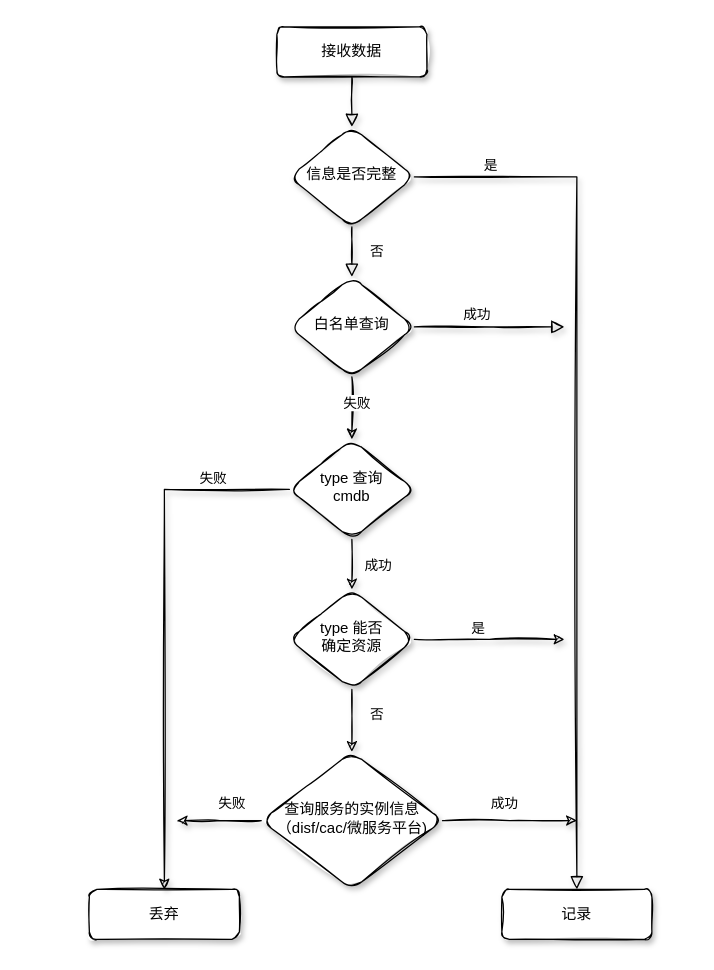
Before: page "数据填充" (2 of 3) of app-prober.drawio in yubo/draw, a draw.io diagram. Source tidied: cells renumbered, new cells numbered last; positions are measured from the earlier drawing's top-left corner, leaving out a move shared by most shapes. Both pictures are drawn from the tidied source at 125%, with x=0, y=0 at pixel (89, 26).
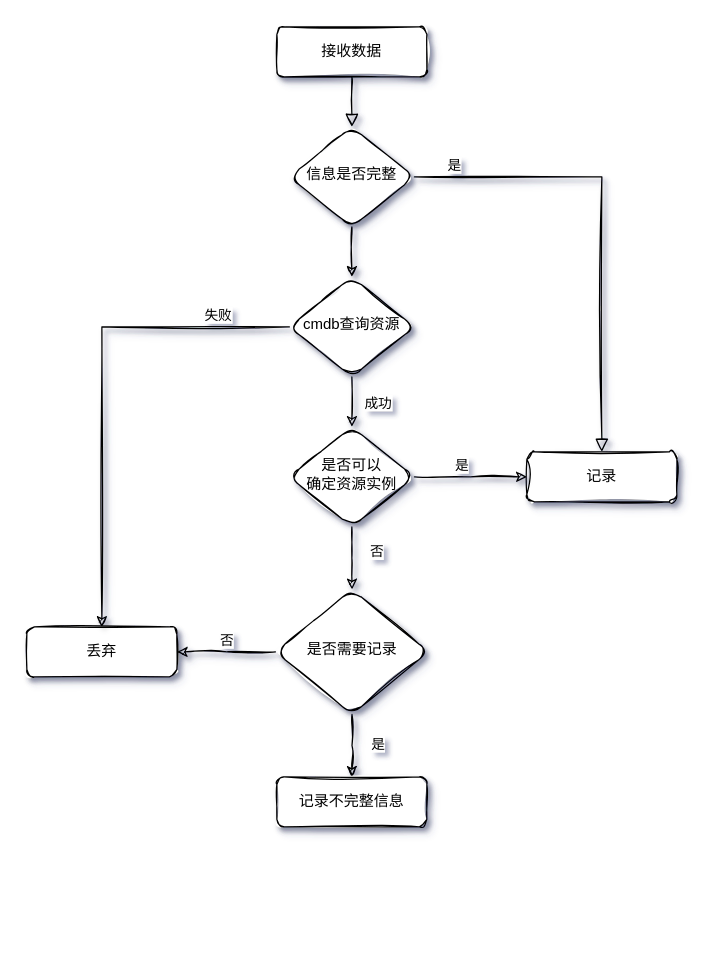
The same diagram, later.

Unchanged cells that the change refers to:
```xml
<mxCell id="7" value="信息是否完整" style="rhombus;whiteSpace=wrap;html=1;shadow=1;fontFamily=Helvetica;fontSize=12;align=center;strokeWidth=1;spacing=6;spacingTop=-4;sketch=1;rounded=1;" parent="1" vertex="1">
  <mxGeometry x="160" y="80" width="100" height="80" as="geometry" />
</mxCell>
```

The edit, as a diff of the source:
```diff
@@
-<mxGraphModel>
+<mxGraphModel shadow="1">
@@
-    <mxCell id="4" value="否" style="rounded=0;html=1;jettySize=auto;fontSize=11;endArrow=block;endFill=0;endSize=8;strokeWidth=1;shadow=1;labelBackgroundColor=none;edgeStyle=orthogonalEdgeStyle;sketch=1;" parent="1" edge="1" source="7" target="12">
-      <mxGeometry y="20" relative="1" as="geometry" />
-    </mxCell>
@@
+    <mxCell id="28" style="edgeStyle=orthogonalEdgeStyle;rounded=0;jettySize=auto;html=1;entryX=0.5;entryY=0;entryDx=0;entryDy=0;sketch=1;curveFitting=1;jiggle=2;shadow=1;" parent="1" edge="1" source="7" target="18">
+      <mxGeometry relative="1" as="geometry" />
+    </mxCell>
@@
-    <mxCell id="8" value="记录" style="rounded=1;whiteSpace=wrap;html=1;fontSize=12;glass=0;strokeWidth=1;shadow=1;sketch=1;" parent="1" vertex="1">
-      <mxGeometry x="330" y="690" width="120" height="40" as="geometry" />
+    <mxCell id="8" value="记录" style="rounded=1;whiteSpace=wrap;html=1;fontSize=12;glass=0;strokeWidth=1;shadow=1;sketch=1;curveFitting=1;jiggle=2;" parent="1" vertex="1">
+      <mxGeometry x="350" y="340" width="120" height="40" as="geometry" />
     </mxCell>
-    <mxCell id="9" value="成功" style="edgeStyle=orthogonalEdgeStyle;rounded=0;html=1;jettySize=auto;fontSize=11;endArrow=block;endFill=0;endSize=8;strokeWidth=1;shadow=1;labelBackgroundColor=none;sketch=1;" parent="1" edge="1" source="12">
-      <mxGeometry x="-0.17" y="10" relative="1" as="geometry">
-        <mxPoint x="380" y="240" as="targetPoint" />
-      </mxGeometry>
-    </mxCell>
-    <mxCell id="10" style="edgeStyle=orthogonalEdgeStyle;rounded=0;sketch=1;jettySize=auto;html=1;entryX=0.5;entryY=0;entryDx=0;entryDy=0;shadow=1;" parent="1" edge="1" source="12" target="18">
-      <mxGeometry relative="1" as="geometry" />
-    </mxCell>
-    <mxCell id="11" value="失败" style="edgeLabel;html=1;align=center;verticalAlign=middle;" parent="10" vertex="1">
-      <mxGeometry x="-0.2" y="3" relative="1" as="geometry" />
-    </mxCell>
-    <mxCell id="12" value="白名单查询" style="rhombus;whiteSpace=wrap;html=1;shadow=1;fontFamily=Helvetica;fontSize=12;align=center;strokeWidth=1;spacing=6;spacingTop=-4;sketch=1;strokeColor=default;rounded=1;" parent="1" vertex="1">
-      <mxGeometry x="160" y="200" width="100" height="80" as="geometry" />
-    </mxCell>
     <mxCell id="13" value="丢弃" style="rounded=1;whiteSpace=wrap;html=1;fontSize=12;glass=0;strokeWidth=1;shadow=1;sketch=1;" parent="1" vertex="1">
-      <mxGeometry y="690" width="120" height="40" as="geometry" />
+      <mxGeometry x="-50" y="480" width="120" height="40" as="geometry" />
     </mxCell>
@@
-    <mxCell id="18" value="type 查询&lt;br&gt;cmdb" style="rhombus;whiteSpace=wrap;html=1;shadow=1;fontFamily=Helvetica;fontSize=12;align=center;strokeWidth=1;spacing=6;spacingTop=-4;sketch=1;strokeColor=default;rounded=1;" parent="1" vertex="1">
-      <mxGeometry x="160" y="330" width="100" height="80" as="geometry" />
+    <mxCell id="18" value="cmdb查询资源" style="rhombus;whiteSpace=wrap;html=1;shadow=1;fontFamily=Helvetica;fontSize=12;align=center;strokeWidth=1;spacing=6;spacingTop=-4;sketch=1;strokeColor=default;rounded=1;" parent="1" vertex="1">
+      <mxGeometry x="160" y="200" width="100" height="80" as="geometry" />
     </mxCell>
     <mxCell id="19" style="edgeStyle=orthogonalEdgeStyle;rounded=0;sketch=1;jettySize=auto;html=1;shadow=1;" parent="1" edge="1" source="22">
       <mxGeometry relative="1" as="geometry">
-        <mxPoint x="380" y="490" as="targetPoint" />
+        <mxPoint x="350" y="360" as="targetPoint" />
       </mxGeometry>
     </mxCell>
     <mxCell id="20" value="是" style="edgeLabel;html=1;align=center;verticalAlign=middle;" parent="19" vertex="1">
       <mxGeometry x="-0.27" relative="1" as="geometry">
-        <mxPoint x="6" y="-10" as="offset" />
+        <mxPoint x="4" y="-10" as="offset" />
       </mxGeometry>
     </mxCell>
@@
-    <mxCell id="22" value="type 能否&lt;br&gt;确定资源" style="rhombus;whiteSpace=wrap;html=1;shadow=1;fontFamily=Helvetica;fontSize=12;align=center;strokeWidth=1;spacing=6;spacingTop=-4;sketch=1;strokeColor=default;rounded=1;" parent="1" vertex="1">
-      <mxGeometry x="160" y="450" width="100" height="80" as="geometry" />
+    <mxCell id="22" value="是否可以&lt;br&gt;确定资源实例" style="rhombus;whiteSpace=wrap;html=1;shadow=1;fontFamily=Helvetica;fontSize=12;align=center;strokeWidth=1;spacing=6;spacingTop=-4;sketch=1;strokeColor=default;rounded=1;" parent="1" vertex="1">
+      <mxGeometry x="160" y="320" width="100" height="80" as="geometry" />
     </mxCell>
-    <mxCell id="23" style="edgeStyle=orthogonalEdgeStyle;rounded=0;sketch=1;jettySize=auto;html=1;shadow=1;" parent="1" edge="1" source="27">
-      <mxGeometry relative="1" as="geometry">
-        <mxPoint x="390" y="635" as="targetPoint" />
-      </mxGeometry>
-    </mxCell>
-    <mxCell id="24" value="成功" style="edgeLabel;html=1;align=center;verticalAlign=middle;" parent="23" vertex="1">
-      <mxGeometry x="-0.12" relative="1" as="geometry">
-        <mxPoint x="1" y="-15" as="offset" />
-      </mxGeometry>
-    </mxCell>
-    <mxCell id="25" style="edgeStyle=orthogonalEdgeStyle;rounded=0;sketch=1;jettySize=auto;html=1;shadow=1;" parent="1" edge="1" source="27">
-      <mxGeometry relative="1" as="geometry">
-        <mxPoint x="70" y="635" as="targetPoint" />
-      </mxGeometry>
-    </mxCell>
-    <mxCell id="26" value="失败" style="edgeLabel;html=1;align=center;verticalAlign=middle;" parent="25" vertex="1">
-      <mxGeometry x="-0.16" y="-1" relative="1" as="geometry">
-        <mxPoint x="5" y="-14" as="offset" />
-      </mxGeometry>
-    </mxCell>
+    <mxCell id="4" value="否" style="edgeStyle=orthogonalEdgeStyle;rounded=0;jettySize=auto;html=1;shadow=1;sketch=1;curveFitting=1;jiggle=2;" parent="1" edge="1" source="27">
+      <mxGeometry x="-0.02" y="-10" relative="1" as="geometry">
+        <mxPoint x="70" y="500" as="targetPoint" />
+      </mxGeometry>
+    </mxCell>
+    <mxCell id="29" style="edgeStyle=orthogonalEdgeStyle;rounded=0;jettySize=auto;html=1;entryX=0.5;entryY=0;entryDx=0;entryDy=0;shadow=1;sketch=1;curveFitting=1;jiggle=2;" parent="1" edge="1" source="27" target="31">
+      <mxGeometry relative="1" as="geometry" />
+    </mxCell>
+    <mxCell id="30" value="是" style="edgeLabel;html=1;align=center;verticalAlign=middle;" parent="29" vertex="1">
+      <mxGeometry y="-4" relative="1" as="geometry">
+        <mxPoint x="24" y="-1" as="offset" />
+      </mxGeometry>
+    </mxCell>
-    <mxCell id="27" value="查询服务的实例信息&lt;br&gt;（disf/cac/微服务平台)" style="rhombus;whiteSpace=wrap;html=1;shadow=1;fontFamily=Helvetica;fontSize=12;align=center;strokeWidth=1;spacing=6;spacingTop=-4;sketch=1;strokeColor=default;rounded=1;" parent="1" vertex="1">
-      <mxGeometry x="137.5" y="580" width="145" height="110" as="geometry" />
+    <mxCell id="27" value="是否需要记录" style="rhombus;whiteSpace=wrap;html=1;shadow=1;fontFamily=Helvetica;fontSize=12;align=center;strokeWidth=1;spacing=6;spacingTop=-4;sketch=1;strokeColor=default;rounded=1;" parent="1" vertex="1">
+      <mxGeometry x="148.8" y="450" width="122.5" height="100" as="geometry" />
     </mxCell>
+    <mxCell id="31" value="记录不完整信息" style="rounded=1;whiteSpace=wrap;html=1;fontSize=12;glass=0;strokeWidth=1;shadow=1;sketch=1;" parent="1" vertex="1">
+      <mxGeometry x="150" y="600" width="120" height="40" as="geometry" />
+    </mxCell>
```
